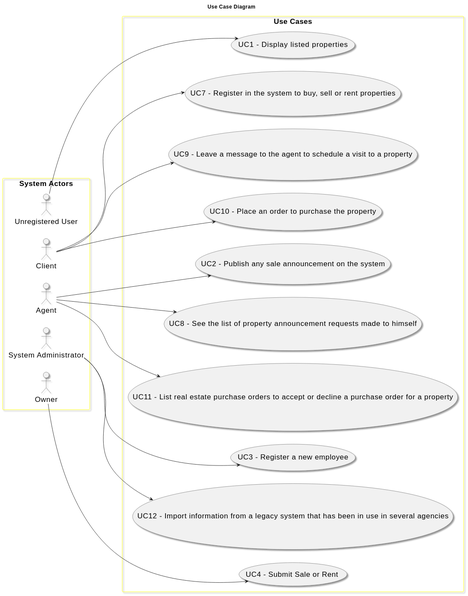
Earlier version of the PlantUML export docs/sprintD/global-artifacts/01.requirements-engineering/svg/use-case-diagram.svg (Goncalves2525/real-estate-management-system).
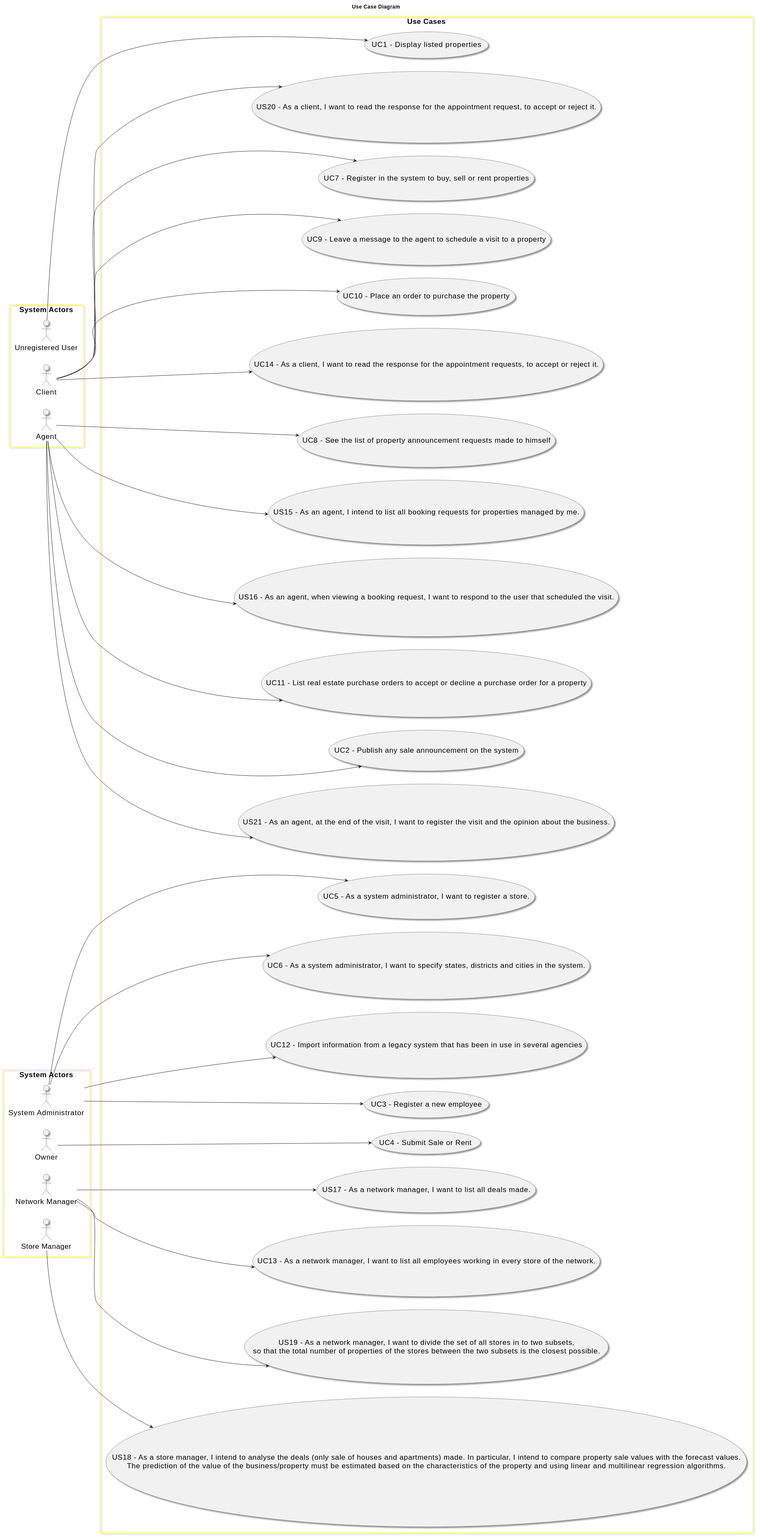
The same diagram one commit later.

Commit message:
FURPS complete USE case diagram

What changed in the source:
```diff
@@ -11,14 +11,18 @@
 
 left to right direction
 
-rectangle "System Actors" as actors {
+rectangle "System Actors" as actors_1 {
     actor "Unregistered User"
     actor "Client"
     actor "Agent"
+}
+
+rectangle "System Actors" as actors_2 {
     actor "System Administrator"
     actor "Owner"
+    actor "Network Manager"
+    actor "Store Manager"
 }
-
 
 rectangle "Use Cases" as usecases{
     usecase "UC1 - Display listed properties" as UC1
@@ -29,6 +33,10 @@
             "System Administrator" --> UC3
     usecase "UC4 - Submit Sale or Rent" as UC4
             "Owner" --> UC4
+    usecase "UC5 - As a system administrator, I want to register a store." as UC5
+            "System Administrator" --> UC5
+    usecase "UC6 - As a system administrator, I want to specify states, districts and cities in the system." as UC6
+            "System Administrator" --> UC6
     usecase "UC7 - Register in the system to buy, sell or rent properties" as UC7
             "Client" --> UC7
     usecase "UC8 - See the list of property announcement requests made to himself" as UC8
@@ -41,5 +49,23 @@
             "Agent" --> UC11
     usecase "UC12 - Import information from a legacy system that has been in use in several agencies" as UC12
             "System Administrator" --> UC12
+    usecase "UC13 - As a network manager, I want to list all employees working in every store of the network." as UC13
+            "Network Manager" --> UC13
+    usecase "UC14 - As a client, I want to read the response for the appointment requests, to accept or reject it." as UC14
+            "Client" --> UC14
+    usecase "US15 - As an agent, I intend to list all booking requests for properties managed by me." as UC15
+            "Agent" --> UC15
+    usecase "US16 - As an agent, when viewing a booking request, I want to respond to the user that scheduled the visit." as UC16
+            "Agent" --> UC16
+    usecase "US17 - As a network manager, I want to list all deals made." as UC17
+            "Network Manager" --> UC17
+    usecase "US18 - As a store manager, I intend to analyse the deals (only sale of houses and apartments) made. In particular, I intend to compare property sale values with the forecast values.\nThe prediction of the value of the business/property must be estimated based on the characteristics of the property and using linear and multilinear regression algorithms." as UC18
+            "Store Manager" --> UC18
+    usecase "US19 - As a network manager, I want to divide the set of all stores in to two subsets,\nso that the total number of properties of the stores between the two subsets is the closest possible." as UC19
+            "Network Manager" --> UC19
+    usecase "US20 - As a client, I want to read the response for the appointment request, to accept or reject it." as UC20
+            "Client" --> UC20
+    usecase "US21 - As an agent, at the end of the visit, I want to register the visit and the opinion about the business." as UC21
+            "Agent" --> UC21
 }
 @enduml
```
